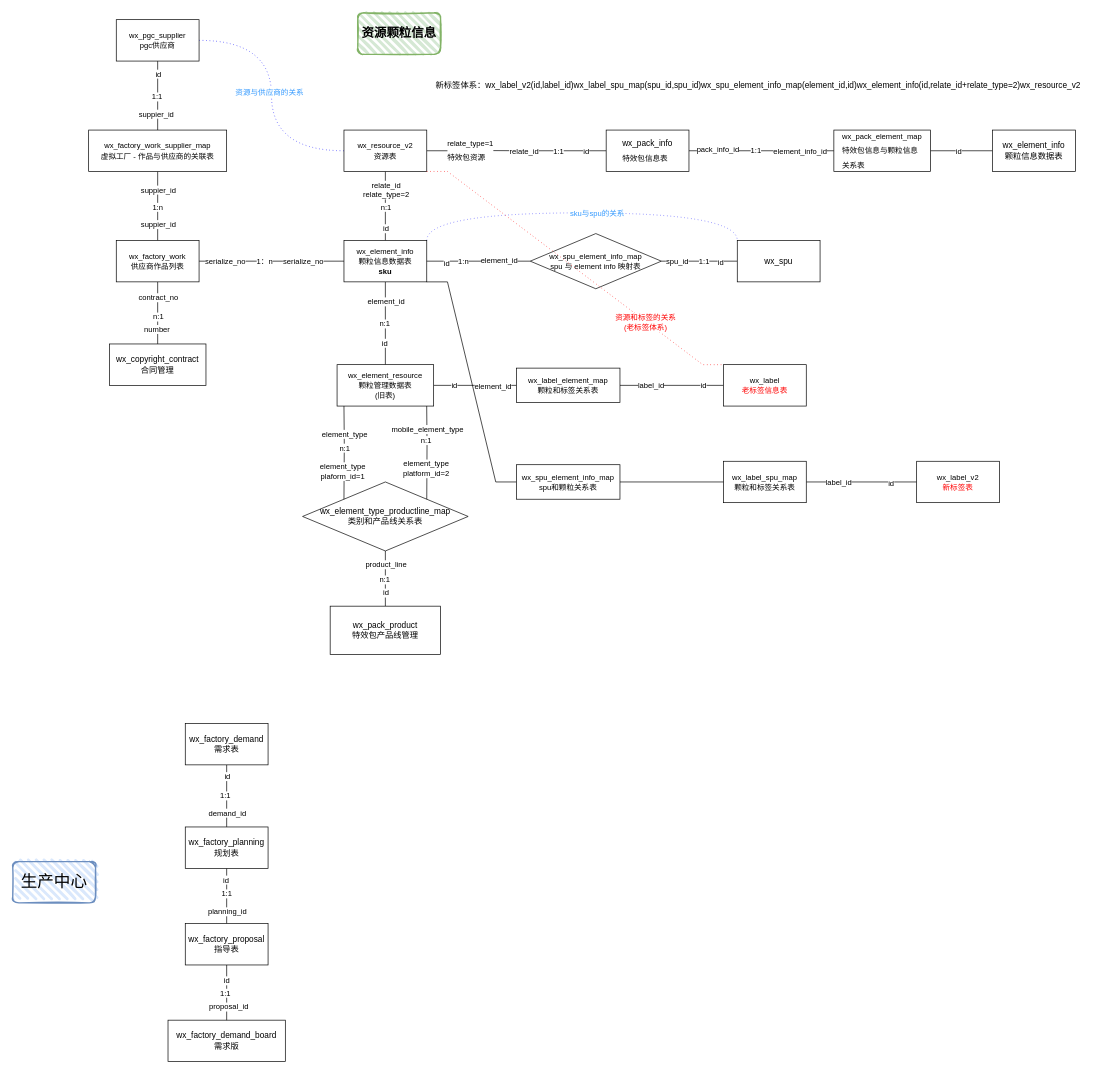
Before: 未命名绘图.drawio in nateshao/blog-image, a draw.io diagram. Source tidied: cells renumbered, new cells numbered last; positions are measured from the earlier drawing's top-left corner, leaving out a move shared by most shapes. Both pictures are drawn from the tidied source at 69%, with x=0, y=0 at pixel (12, 12).
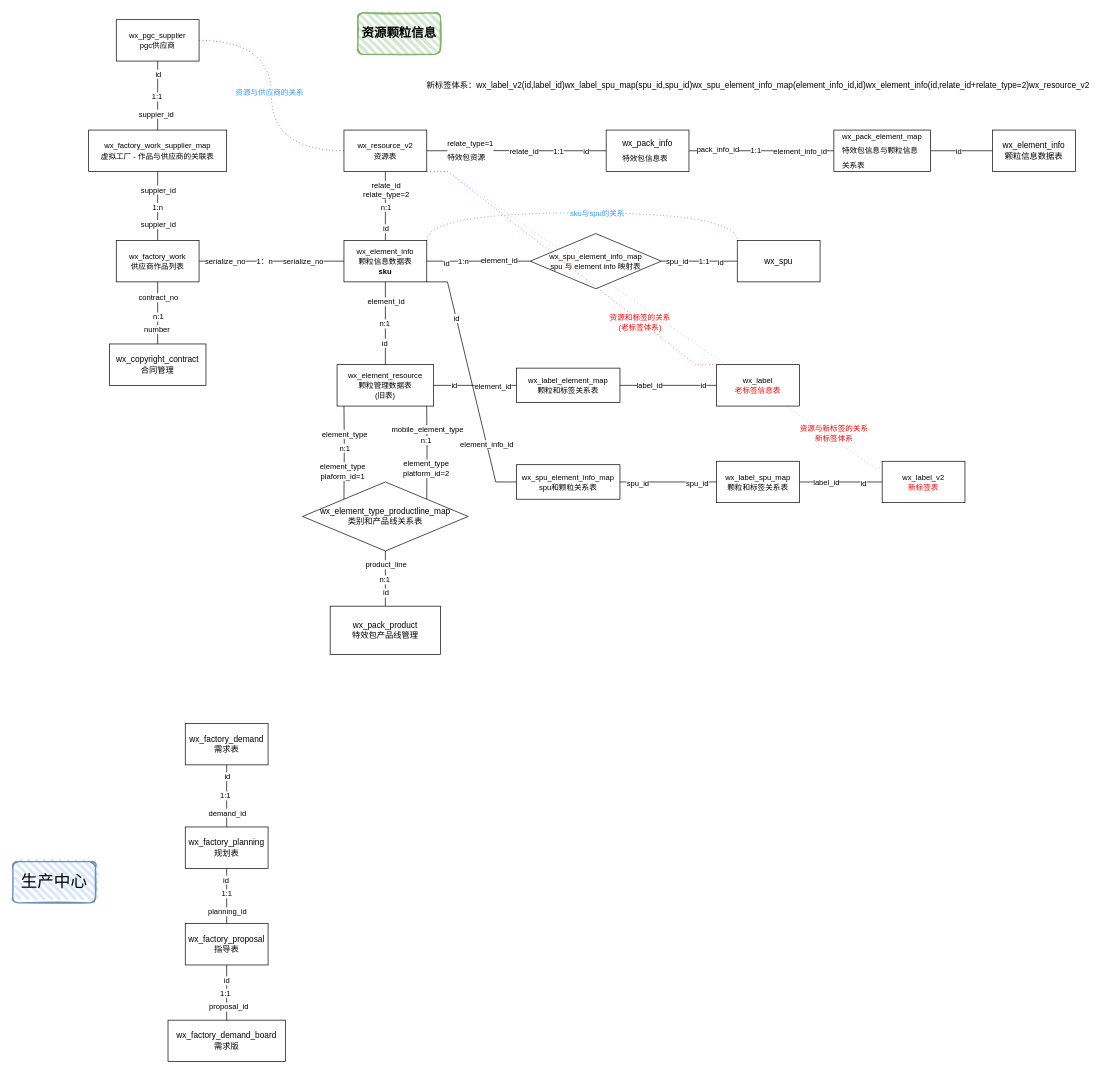
Above is the later version.

Commit message:
新标签体系.drawio

Unchanged cells that the change refers to:
```xml
<mxCell id="14" value="&lt;font style=&quot;font-size: 11px;&quot;&gt;wx_resource_v2&lt;br&gt;资源表&lt;/font&gt;" style="rounded=0;whiteSpace=wrap;html=1;" parent="1" vertex="1">
  <mxGeometry x="480" y="170" width="120" height="60" as="geometry" />
</mxCell>
<mxCell id="110" style="edgeStyle=orthogonalEdgeStyle;rounded=0;jettySize=auto;html=1;entryX=0;entryY=0.5;entryDx=0;entryDy=0;endArrow=none;endFill=0;" parent="1" edge="1" source="112" target="108">
  <mxGeometry relative="1" as="geometry" />
</mxCell>
<mxCell id="111" style="edgeStyle=entityRelationEdgeStyle;rounded=0;jettySize=auto;html=1;entryX=1;entryY=1;entryDx=0;entryDy=0;elbow=vertical;endArrow=none;endFill=0;" parent="1" edge="1" source="112" target="28">
  <mxGeometry relative="1" as="geometry" />
</mxCell>
```

Change to the diagram source:
```diff
@@
+    <mxCell id="113" style="edgeStyle=entityRelationEdgeStyle;rounded=0;jettySize=auto;html=1;exitX=1;exitY=1;exitDx=0;exitDy=0;entryX=0;entryY=0;entryDx=0;entryDy=0;endArrow=none;endFill=0;strokeColor=none;dashed=1;dashPattern=1 4;" parent="1" edge="1" source="14" target="109">
+      <mxGeometry relative="1" as="geometry" />
+    </mxCell>
+    <mxCell id="114" value="&lt;font color=&quot;#ff0000&quot;&gt;资源与新标签的关系&lt;br&gt;新标签体系&lt;/font&gt;" style="edgeLabel;html=1;align=center;verticalAlign=middle;" parent="113" vertex="1">
+      <mxGeometry x="0.71" y="2" relative="1" as="geometry">
+        <mxPoint x="28" y="10" as="offset" />
+      </mxGeometry>
+    </mxCell>
+    <mxCell id="115" style="edgeStyle=entityRelationEdgeStyle;rounded=0;jettySize=auto;html=1;exitX=1;exitY=1;exitDx=0;exitDy=0;entryX=0;entryY=0;entryDx=0;entryDy=0;endArrow=none;endFill=0;dashed=1;dashPattern=1 4;strokeColor=#9999FF;" parent="1" edge="1" source="14">
+      <mxGeometry relative="1" as="geometry">
+        <mxPoint x="1280" y="660" as="targetPoint" />
+      </mxGeometry>
+    </mxCell>
@@
     <mxCell id="54" value="&lt;font style=&quot;font-size: 11px;&quot;&gt;wx_label&lt;br&gt;&lt;font color=&quot;#ff0000&quot;&gt;老标签信息表&lt;/font&gt;&lt;/font&gt;" style="whiteSpace=wrap;html=1;rounded=0;" parent="1" vertex="1">
-      <mxGeometry x="1030" y="510" width="120" height="60" as="geometry" />
+      <mxGeometry x="1020" y="510" width="120" height="60" as="geometry" />
     </mxCell>
@@
     <mxCell id="102" style="edgeStyle=entityRelationEdgeStyle;rounded=0;jettySize=auto;html=1;exitX=1;exitY=1;exitDx=0;exitDy=0;entryX=0;entryY=0;entryDx=0;entryDy=0;endArrow=none;endFill=0;dashed=1;dashPattern=1 4;strokeColor=#FF0000;" parent="1" edge="1" source="14" target="54">
-      <mxGeometry relative="1" as="geometry" />
+      <mxGeometry relative="1" as="geometry">
+        <Array as="points">
+          <mxPoint x="600" y="230" />
+        </Array>
+      </mxGeometry>
     </mxCell>
@@
-    <mxCell id="104" value="新标签体系：wx_label_v2(id,label_id)wx_label_spu_map(spu_id,spu_id)wx_spu_element_info_map(element_id,id)wx_element_info(id,relate_id+relate_type=2)wx_resource_v2" style="text;html=1;align=center;verticalAlign=middle;strokeColor=none;fillColor=none;" parent="1" vertex="1">
-      <mxGeometry x="600" y="90" width="960" height="30" as="geometry" />
+    <mxCell id="104" value="新标签体系：wx_label_v2(id,label_id)wx_label_spu_map(spu_id,spu_id)wx_spu_element_info_map(element_info_id,id)wx_element_info(id,relate_id+relate_type=2)wx_resource_v2" style="text;html=1;align=center;verticalAlign=middle;strokeColor=none;fillColor=none;" parent="1" vertex="1">
+      <mxGeometry x="590" y="90" width="980" height="30" as="geometry" />
     </mxCell>
@@
     <mxCell id="108" value="&lt;font style=&quot;font-size: 11px;&quot;&gt;wx_label_spu_map&lt;br&gt;颗粒和标签关系表&lt;/font&gt;" style="whiteSpace=wrap;html=1;rounded=0;" parent="1" vertex="1">
-      <mxGeometry x="1030" y="650" width="120" height="60" as="geometry" />
+      <mxGeometry x="1020" y="650" width="120" height="60" as="geometry" />
     </mxCell>
     <mxCell id="109" value="&lt;font style=&quot;font-size: 11px;&quot;&gt;wx_label_v2&lt;br&gt;&lt;font color=&quot;#ff0000&quot;&gt;新标签表&lt;/font&gt;&lt;/font&gt;" style="whiteSpace=wrap;html=1;rounded=0;" parent="1" vertex="1">
-      <mxGeometry x="1310" y="650" width="120" height="60" as="geometry" />
+      <mxGeometry x="1260" y="650" width="120" height="60" as="geometry" />
     </mxCell>
@@
+    <mxCell id="116" value="spu_id" style="edgeLabel;html=1;align=center;verticalAlign=middle;" parent="110" vertex="1">
+      <mxGeometry x="0.59" y="-1" relative="1" as="geometry" />
+    </mxCell>
+    <mxCell id="117" value="spu_id" style="edgeLabel;html=1;align=center;verticalAlign=middle;" parent="110" vertex="1">
+      <mxGeometry x="-0.64" y="-1" relative="1" as="geometry" />
+    </mxCell>
@@
+    <mxCell id="118" value="element_info_id" style="edgeLabel;html=1;align=center;verticalAlign=middle;" parent="111" vertex="1">
+      <mxGeometry x="-0.52" relative="1" as="geometry" />
+    </mxCell>
+    <mxCell id="119" value="id" style="edgeLabel;html=1;align=center;verticalAlign=middle;" parent="111" vertex="1">
+      <mxGeometry x="0.53" relative="1" as="geometry" />
+    </mxCell>
```
